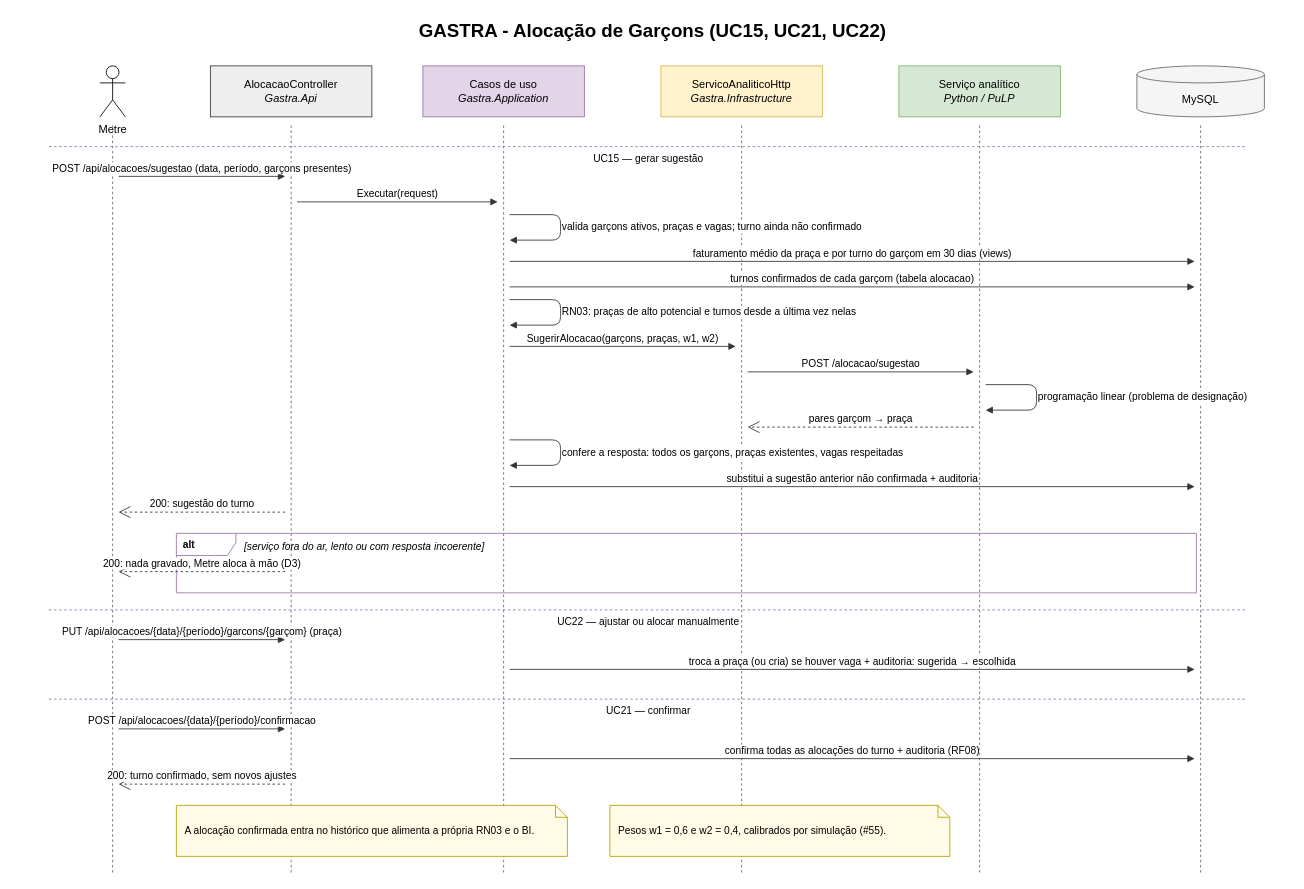
danih-vb/gastra-tg keeps this draw.io diagram as docs/diagramas/_fontes/GASTRA_Sequencia_AlocacaoGarcons.drawio. Above is the earlier version. Source tidied: cells renumbered, new cells numbered last; positions are measured from the earlier drawing's top-left corner, leaving out a move shared by most shapes. Both pictures are drawn from the tidied source at 85%, with x=0, y=0 at pixel (14, 14).
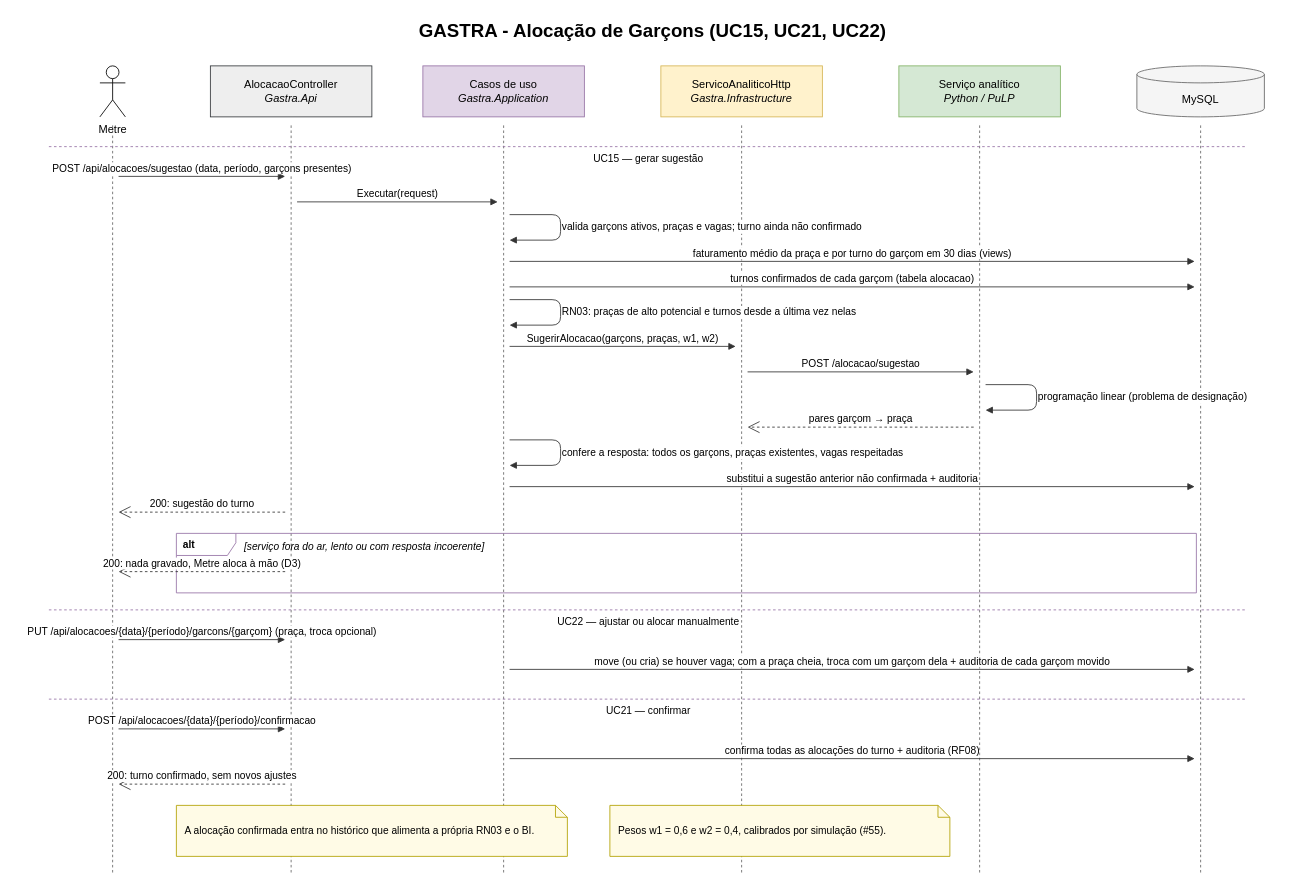
After the change.

Commit message (it also covers changes not shown here):
feat: troca de garçons entre praças no ajuste da alocação (#140)

What changed in the source:
```diff
@@
-    <mxCell id="33" value="PUT /api/alocacoes/{data}/{período}/garcons/{garçom} (praça)" style="html=1;endArrow=block;endFill=1;strokeColor=#333333;fontSize=12;align=center;verticalAlign=bottom;labelBackgroundColor=#ffffff;" parent="1" edge="1">
+    <mxCell id="33" value="PUT /api/alocacoes/{data}/{período}/garcons/{garçom} (praça, troca opcional)" style="html=1;endArrow=block;endFill=1;strokeColor=#333333;fontSize=12;align=center;verticalAlign=bottom;labelBackgroundColor=#ffffff;" parent="1" edge="1">
       <mxGeometry relative="1" as="geometry">
         <mxPoint x="122" y="735" as="sourcePoint" />
         <mxPoint x="318" y="735" as="targetPoint" />
       </mxGeometry>
     </mxCell>
-    <mxCell id="34" value="troca a praça (ou cria) se houver vaga + auditoria: sugerida → escolhida" style="html=1;endArrow=block;endFill=1;strokeColor=#333333;fontSize=12;align=center;verticalAlign=bottom;labelBackgroundColor=#ffffff;" parent="1" edge="1">
+    <mxCell id="34" value="move (ou cria) se houver vaga; com a praça cheia, troca com um garçom dela + auditoria de cada garçom movido" style="html=1;endArrow=block;endFill=1;strokeColor=#333333;fontSize=12;align=center;verticalAlign=bottom;labelBackgroundColor=#ffffff;" parent="1" edge="1">
       <mxGeometry relative="1" as="geometry">
         <mxPoint x="582" y="770" as="sourcePoint" />
         <mxPoint x="1388" y="770" as="targetPoint" />
       </mxGeometry>
     </mxCell>
```
